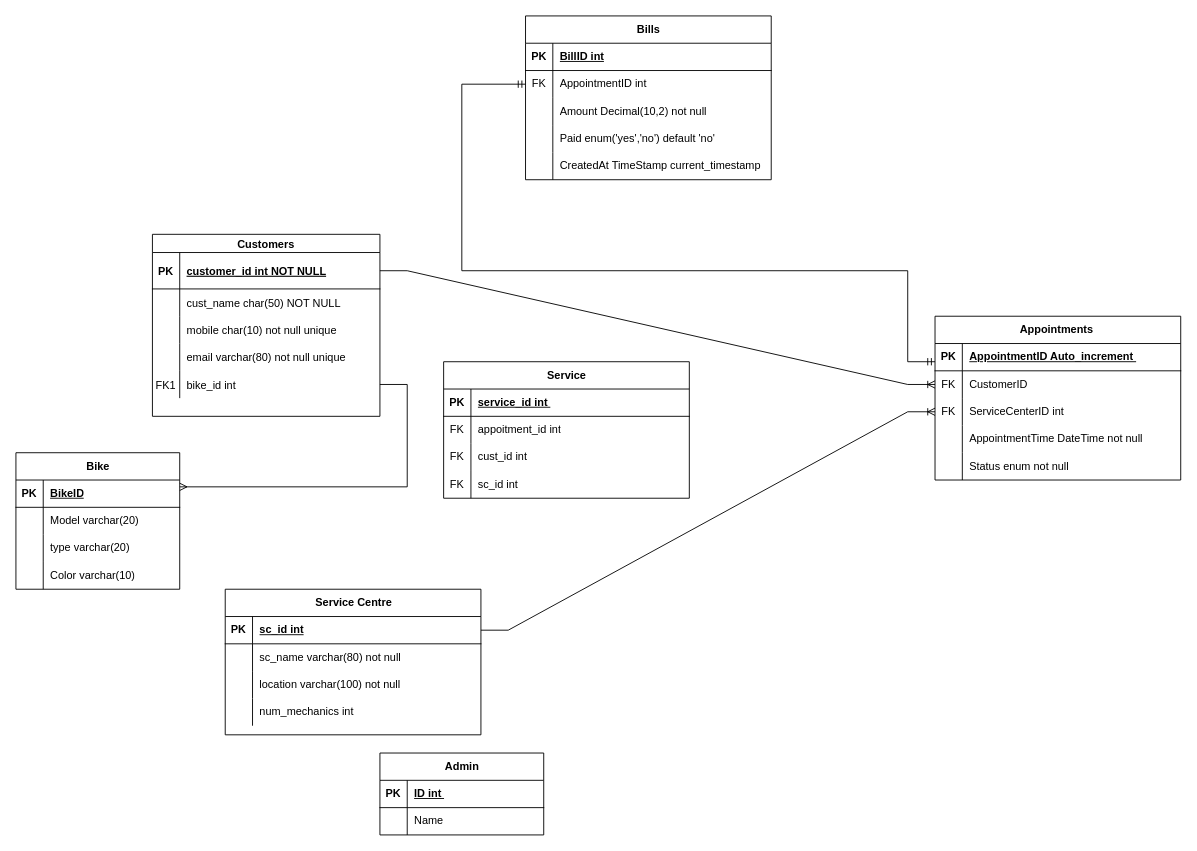
abhihksd/Bike-Doctor keeps this draw.io diagram as bikedoc.drawio. Above is the earlier version. Source tidied: cells renumbered, new cells numbered last; positions are measured from the earlier drawing's top-left corner, leaving out a move shared by most shapes. Both pictures are drawn from the tidied source at 91%, with x=0, y=0 at pixel (15, 15).
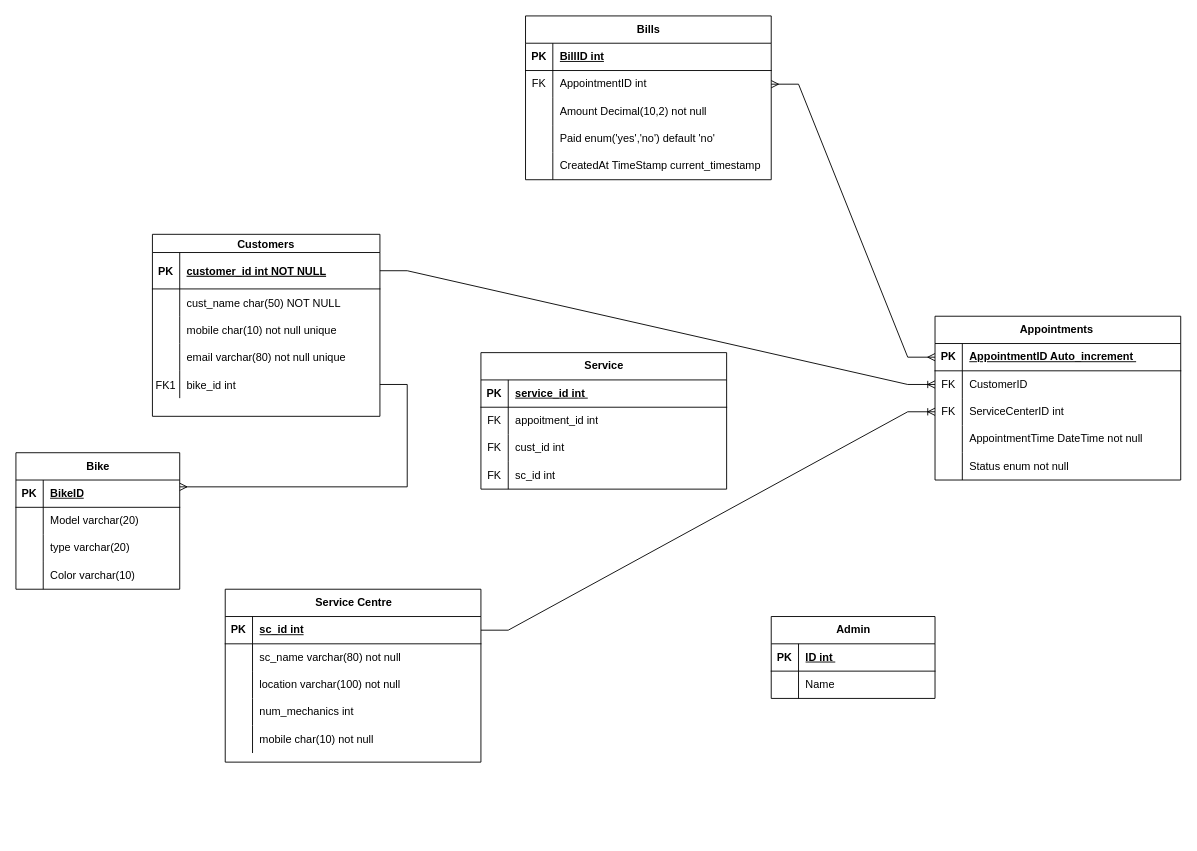
After the change.

The change refers to these unchanged cells:
```xml
<mxCell id="39" style="shape=tableRow;horizontal=0;startSize=0;swimlaneHead=0;swimlaneBody=0;fillColor=none;points=[[0,0.5],[1,0.5]];portConstraint=eastwest;top=0;left=0;right=0;bottom=1;" parent="38" vertex="1">
  <mxGeometry y="30" width="270" height="30" as="geometry" />
</mxCell>
<mxCell id="60" style="shape=tableRow;horizontal=0;startSize=0;swimlaneHead=0;swimlaneBody=0;fillColor=none;points=[[0,0.5],[1,0.5]];portConstraint=eastwest;top=0;left=0;right=0;bottom=0;" parent="56" vertex="1">
  <mxGeometry y="60" width="270" height="30" as="geometry" />
</mxCell>
```

Change to the diagram source:
```diff
@@
     <mxCell id="18" value="Service Centre" style="shape=table;startSize=30;childLayout=tableLayout;rowLines=0;fontStyle=1;align=center;html=1;" parent="1" vertex="1">
-      <mxGeometry x="230" y="630" width="281" height="160" as="geometry" />
+      <mxGeometry x="230" y="630" width="281" height="190" as="geometry" />
     </mxCell>
@@
+    <mxCell id="100" style="shape=tableRow;horizontal=0;startSize=0;swimlaneHead=0;swimlaneBody=0;fillColor=none;top=0;left=0;right=0;bottom=0;" parent="18" vertex="1">
+      <mxGeometry y="150" width="281" height="30" as="geometry" />
+    </mxCell>
+    <mxCell id="101" style="shape=partialRectangle;fillColor=none;top=0;left=0;bottom=0;right=0;overflow=hidden;whiteSpace=wrap;html=1;" parent="100" vertex="1">
+      <mxGeometry width="30" height="30" as="geometry" />
+    </mxCell>
+    <mxCell id="102" value="mobile char(10) not null" style="shape=partialRectangle;fillColor=none;top=0;left=0;bottom=0;right=0;align=left;spacingLeft=6;overflow=hidden;whiteSpace=wrap;html=1;" parent="100" vertex="1">
+      <mxGeometry x="30" width="251" height="30" as="geometry" />
+    </mxCell>
     <mxCell id="31" value="Admin" style="shape=table;startSize=30;childLayout=tableLayout;rowLines=0;fontStyle=1;align=center;html=1;" parent="1" vertex="1">
-      <mxGeometry x="400" y="810" width="180" height="90" as="geometry" />
+      <mxGeometry x="830" y="660" width="180" height="90" as="geometry" />
     </mxCell>
@@
-    <mxCell id="72" style="fontSize=12;html=1;endArrow=ERmandOne;startArrow=ERmandOne;rounded=0;entryX=0;entryY=0.5;entryDx=0;entryDy=0;exitX=0;exitY=0.5;exitDx=0;exitDy=0;elbow=vertical;edgeStyle=orthogonalEdgeStyle;" parent="1" edge="1">
-      <mxGeometry relative="1" as="geometry">
-        <mxPoint x="1010" y="380" as="sourcePoint" />
-        <mxPoint x="560" y="75" as="targetPoint" />
-        <Array as="points">
-          <mxPoint x="980" y="380" />
-          <mxPoint x="980" y="280" />
-          <mxPoint x="490" y="280" />
-          <mxPoint x="490" y="75" />
-        </Array>
-      </mxGeometry>
-    </mxCell>
@@
     <mxCell id="87" value="Service" style="shape=table;startSize=30;childLayout=tableLayout;rowLines=0;fontStyle=1;align=center;html=1;" parent="1" vertex="1">
-      <mxGeometry x="470" y="380" width="270" height="150" as="geometry" />
+      <mxGeometry x="511" y="370" width="270" height="150" as="geometry" />
     </mxCell>
@@
+    <mxCell id="103" style="edgeStyle=entityRelationEdgeStyle;fontSize=12;html=1;endArrow=ERmany;startArrow=ERmany;rounded=0;entryX=1;entryY=0.5;entryDx=0;entryDy=0;exitX=0;exitY=0.5;exitDx=0;exitDy=0;" parent="1" edge="1" source="39" target="60">
+      <mxGeometry relative="1" as="geometry" />
+    </mxCell>
```
